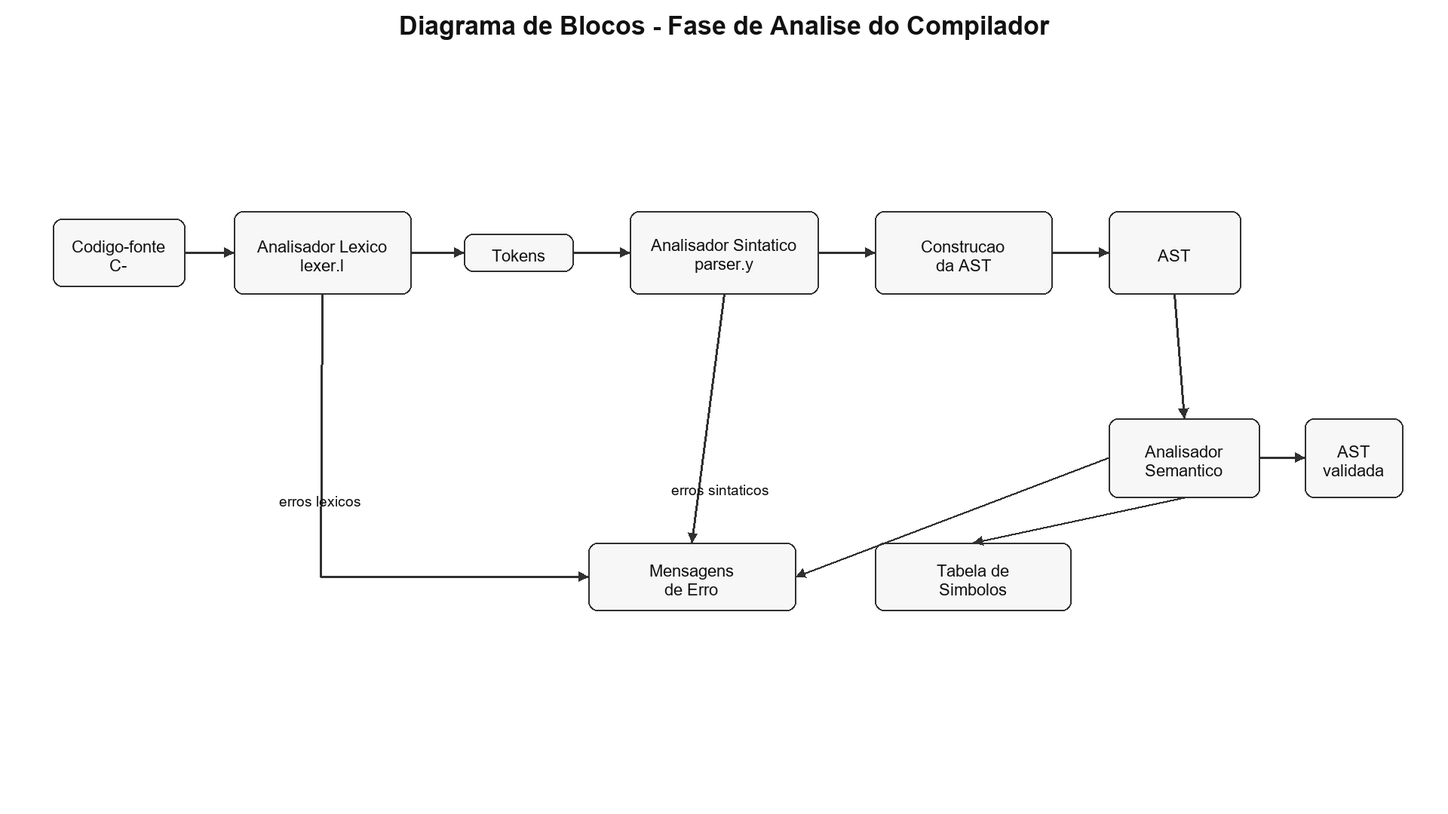
Before: diagramas/png_16x9/03_analise_blocos.png, a diagram exported from PlantUML (FelipeSilvestre04/Compiladores). Its source is kept beside it as diagramas/puml/03_analise_blocos.puml. The source it was exported from:
```plantuml
@startuml
title Diagrama de Blocos - Fase de Analise do Compilador

top to bottom direction
skinparam backgroundColor #FFFFFF
skinparam shadowing false
skinparam componentStyle rectangle
skinparam roundcorner 8
skinparam defaultFontName Arial
skinparam ArrowColor #404040
skinparam component {
  BorderColor #404040
  BackgroundColor #F7F7F7
}
skinparam database {
  BorderColor #404040
  BackgroundColor #FFFFFF
}

artifact "Codigo-fonte C-" as SRC
component "Analisador Lexico\nlexer.l" as LEX
queue "Tokens" as TOK
component "Analisador Sintatico\nparser.y" as PARSER
component "Construcao da AST" as ASTGEN
rectangle "Arvore Sintatica\nAbstrata (AST)" as AST
component "Analisador Semantico" as SEM
database "Tabela de Simbolos" as SYMTAB
rectangle "AST validada" as VALID
rectangle "Mensagens de Erro" as ERR

SRC --> LEX : caracteres
LEX --> TOK : tokens
TOK --> PARSER : fluxo de tokens
PARSER --> ASTGEN : reducoes da gramatica
ASTGEN --> AST : nos da arvore
AST --> SEM : percurso semantico
SEM --> VALID : programa aceito

SEM <--> SYMTAB : declaracoes,\nfuncoes e tipos
LEX --> ERR : erros lexicos
PARSER --> ERR : erros sintaticos
SEM --> ERR : erros semanticos

@enduml
```
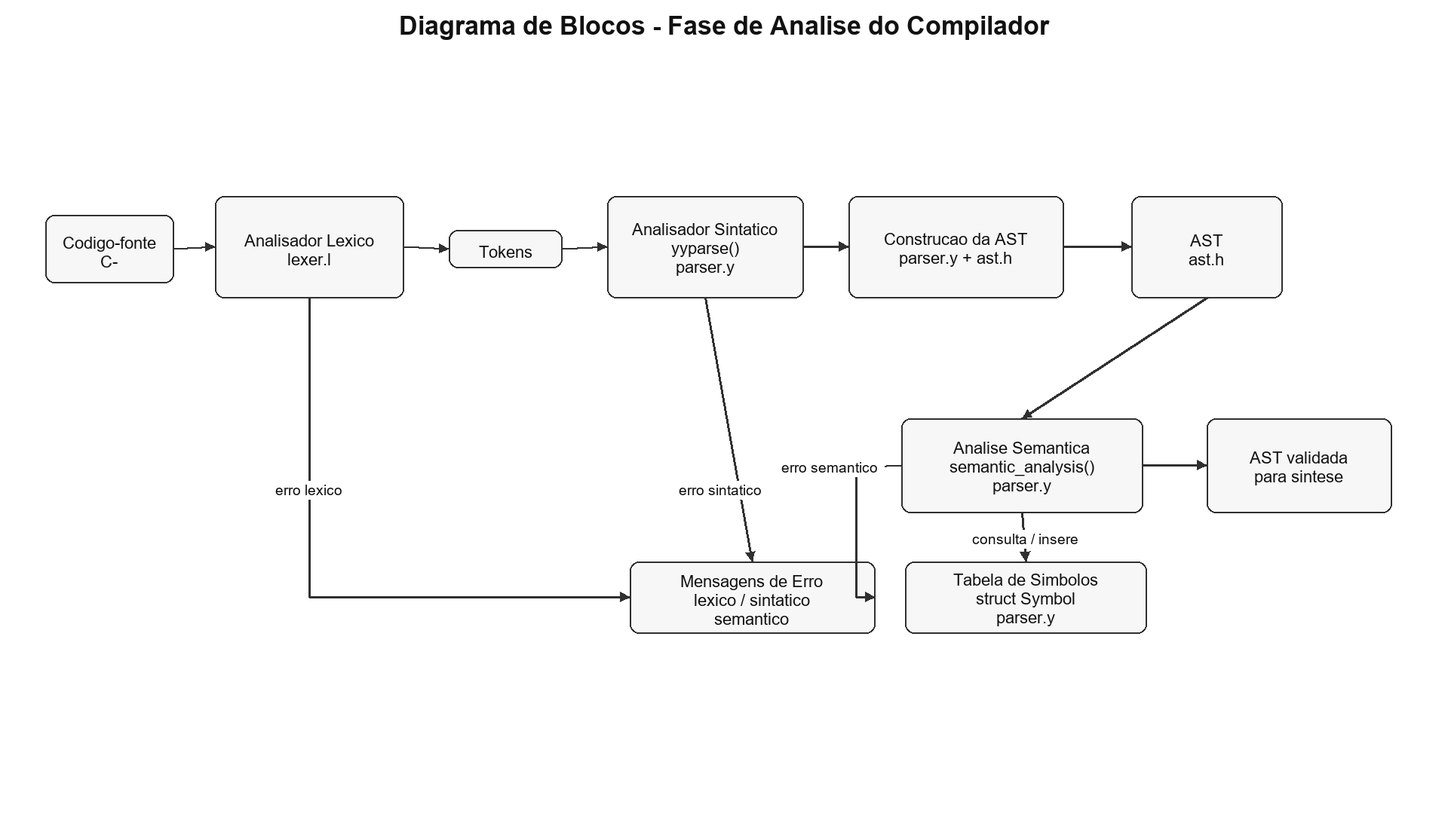
After the change.

The edit, as a diff of the source:
```diff
@@ -21,11 +21,11 @@
 component "Analisador Lexico\nlexer.l" as LEX
 queue "Tokens" as TOK
 component "Analisador Sintatico\nparser.y" as PARSER
-component "Construcao da AST" as ASTGEN
-rectangle "Arvore Sintatica\nAbstrata (AST)" as AST
-component "Analisador Semantico" as SEM
-database "Tabela de Simbolos" as SYMTAB
-rectangle "AST validada" as VALID
+component "Construcao da AST\nparser.y + ast.h" as ASTGEN
+rectangle "Arvore Sintatica\nAbstrata\nast.h" as AST
+component "Analisador Semantico\nsemantic_analysis()\nparser.y" as SEM
+database "Tabela de Simbolos\nstruct Symbol\nparser.y" as SYMTAB
+rectangle "AST validada\npara sintese" as VALID
 rectangle "Mensagens de Erro" as ERR
 
 SRC --> LEX : caracteres
@@ -36,7 +36,7 @@
 AST --> SEM : percurso semantico
 SEM --> VALID : programa aceito
 
-SEM <--> SYMTAB : declaracoes,\nfuncoes e tipos
+SEM <--> SYMTAB : declaracoes,\nfuncoes, escopos e tipos
 LEX --> ERR : erros lexicos
 PARSER --> ERR : erros sintaticos
 SEM --> ERR : erros semanticos
```
